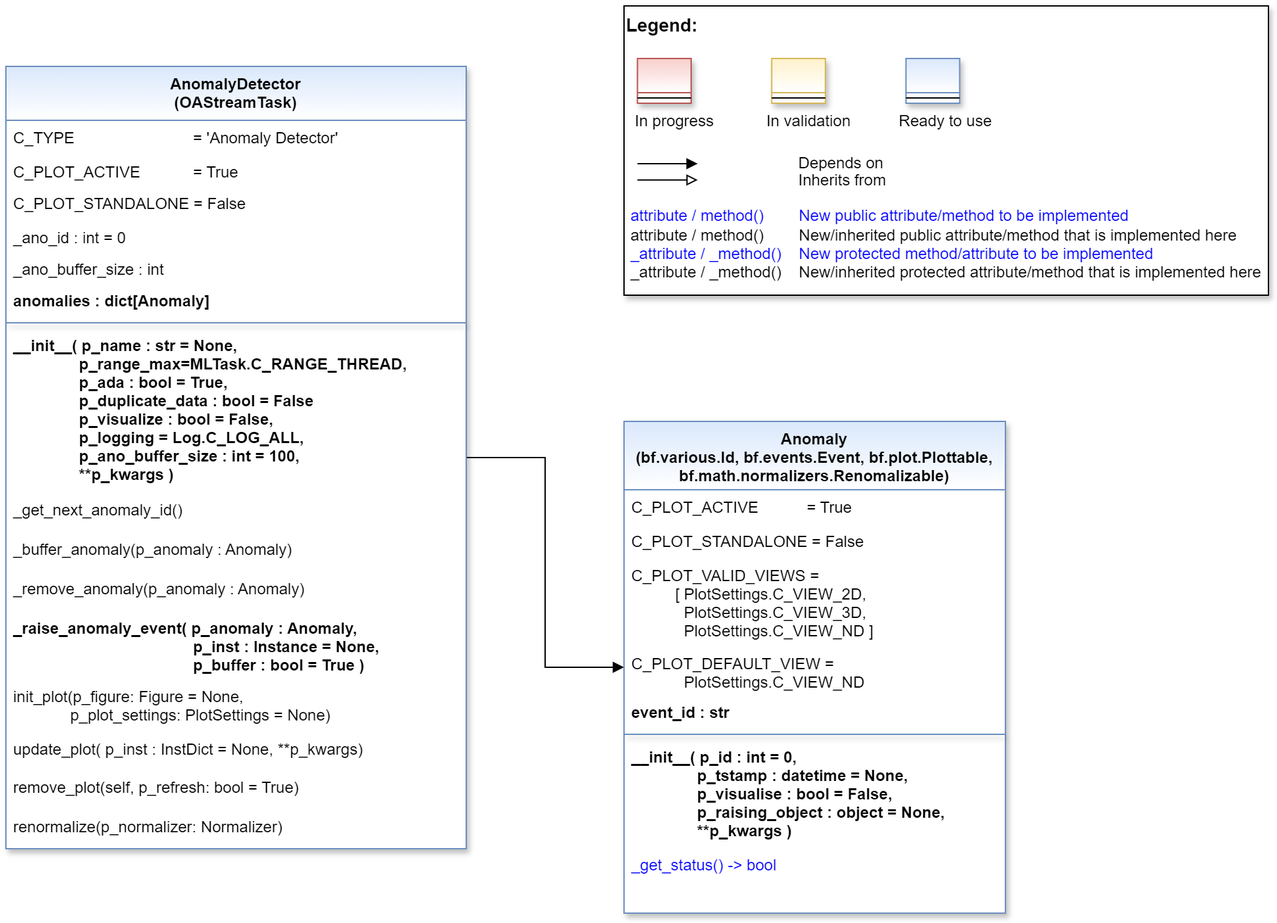
The draw.io diagram doc/rtd/content/99_appendices/appendix2/sub/mlpro_oa/streams/30_change_detection/10_anomaly_detection/images/MLPro-OA-Anomaly-Detectors_class_diagram.drawio.png in fhswf/MLPro, before a commit. Source tidied: cells renumbered, new cells last; positions are measured from the earlier drawing's top-left corner, leaving out a move shared by most shapes.
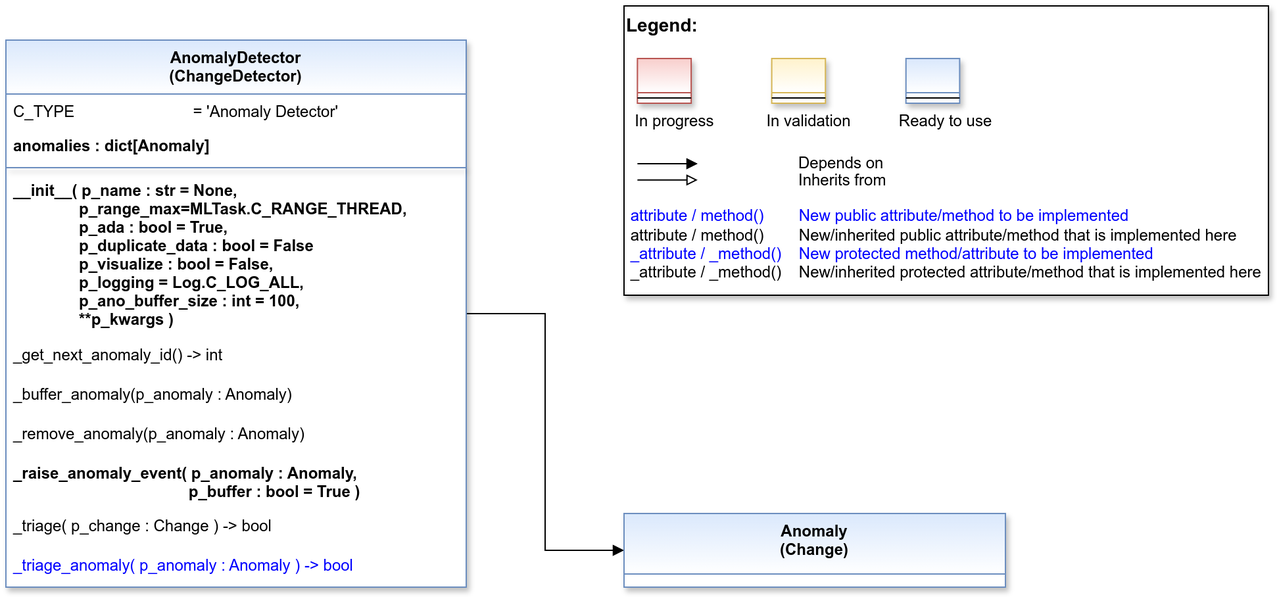
Later version of the same file.

Diff of the diagram source:
```diff
@@ -3,7 +3,7 @@
     <mxCell id="0" />
     <mxCell id="1" parent="0" />
     <mxCell id="2" style="group;" parent="1" vertex="1">
-      <mxGeometry x="470" width="490" height="220" as="geometry" />
+      <mxGeometry x="470" y="-60" width="490" height="220" as="geometry" />
     </mxCell>
     <mxCell id="3" value="&lt;font color=&quot;#000000&quot; size=&quot;1&quot;&gt;&lt;b style=&quot;font-size: 14px&quot;&gt;Legend:&lt;br&gt;&lt;/b&gt;&lt;/font&gt;&lt;br&gt;&lt;br&gt;&lt;br&gt;&lt;font color=&quot;#0000ff&quot; style=&quot;font-size: 6px&quot;&gt;&lt;br&gt;&lt;/font&gt;&lt;span style=&quot;color: rgb(0 , 0 , 0)&quot;&gt;&lt;font style=&quot;font-size: 4px&quot;&gt;&amp;nbsp; &amp;nbsp;&lt;/font&gt;&amp;nbsp;In progress&amp;nbsp; &amp;nbsp; &amp;nbsp; &amp;nbsp; &amp;nbsp; &amp;nbsp; In validation&amp;nbsp; &amp;nbsp; &amp;nbsp; &amp;nbsp; &amp;nbsp; &amp;nbsp;Ready to use&lt;/span&gt;&lt;font color=&quot;#000000&quot;&gt;&amp;nbsp;&lt;br&gt;&lt;/font&gt;&lt;font color=&quot;#0000ff&quot;&gt;&lt;br&gt;&lt;br&gt;&lt;br&gt;&lt;br&gt;&amp;nbsp;attribute / method()&amp;nbsp; &amp;nbsp; &amp;nbsp; &amp;nbsp; New public attribute/method to be implemented&lt;/font&gt;&lt;br&gt;&lt;font color=&quot;#000000&quot;&gt;&amp;nbsp;&lt;/font&gt;&lt;font color=&quot;#000000&quot;&gt;attribute / method()&lt;span&gt; &lt;/span&gt;&amp;nbsp; &amp;nbsp; &amp;nbsp; &amp;nbsp;New/inherited public attribute/method that is implemented here&lt;br&gt;&lt;/font&gt;&lt;font color=&quot;#0000ff&quot;&gt;&amp;nbsp;_attribute /&amp;nbsp;&lt;/font&gt;&lt;font color=&quot;#0000ff&quot;&gt;_method()&amp;nbsp; &amp;nbsp; New protected method/attribute to be implemented&lt;/font&gt;&lt;br&gt;&lt;font color=&quot;#000000&quot;&gt;&amp;nbsp;_attribute / _method()&amp;nbsp; &amp;nbsp; New/inherited protected attribute/method that is implemented here&lt;br&gt;&lt;/font&gt;&lt;font color=&quot;#000000&quot;&gt;&lt;br&gt;&lt;br&gt;&lt;br&gt;&lt;br&gt;&lt;br&gt;&lt;/font&gt;" style="text;html=1;align=left;verticalAlign=top;whiteSpace=wrap;rounded=0;fontColor=#006600;strokeColor=#000000;shadow=1;fillColor=#ffffff;" parent="2" vertex="1">
       <mxGeometry width="490" height="220" as="geometry" />
@@ -43,86 +43,44 @@
     <mxCell id="11" style="line;html=1;strokeWidth=1;align=left;verticalAlign=middle;spacingTop=-1;spacingLeft=3;spacingRight=3;labelPosition=right;" parent="10" vertex="1">
       <mxGeometry y="26" width="40.8" height="8" as="geometry" />
     </mxCell>
-    <mxCell id="12" style="edgeStyle=orthogonalEdgeStyle;rounded=0;jettySize=auto;html=1;endArrow=block;endFill=1;" parent="1" edge="1" source="13" target="30">
+    <mxCell id="12" style="edgeStyle=orthogonalEdgeStyle;rounded=0;jettySize=auto;html=1;endArrow=block;endFill=1;" parent="1" edge="1" source="13" target="24">
       <mxGeometry relative="1" as="geometry" />
     </mxCell>
-    <mxCell id="13" value="AnomalyDetector&#10;(OAStreamTask)" style="swimlane;align=center;verticalAlign=top;horizontal=1;startSize=41;rounded=0;shadow=1;strokeWidth=1;fillColor=#dae8fc;strokeColor=#6c8ebf;swimlaneFillColor=#ffffff;gradientColor=#FFFFFF;" parent="1" vertex="1">
-      <mxGeometry y="46" width="350" height="595" as="geometry" />
+    <mxCell id="13" value="AnomalyDetector&#10;(ChangeDetector)" style="swimlane;align=center;verticalAlign=top;horizontal=1;startSize=41;rounded=0;shadow=1;strokeWidth=1;fillColor=#dae8fc;strokeColor=#6c8ebf;swimlaneFillColor=#ffffff;gradientColor=#FFFFFF;" parent="1" vertex="1">
+      <mxGeometry y="-34" width="350" height="416" as="geometry" />
     </mxCell>
     <mxCell id="14" value="C_TYPE                           = 'Anomaly Detector'" style="text;align=left;verticalAlign=top;spacingLeft=4;spacingRight=4;overflow=hidden;fontStyle=0;fontColor=default;" parent="13" vertex="1">
       <mxGeometry y="41" width="350" height="26" as="geometry" />
     </mxCell>
-    <mxCell id="15" value="C_PLOT_ACTIVE&amp;nbsp; &amp;nbsp; &amp;nbsp; &amp;nbsp; &amp;nbsp;&lt;span style=&quot;white-space: pre;&quot;&gt;&#9;&lt;/span&gt;&amp;nbsp;= True" style="text;align=left;verticalAlign=top;spacingLeft=4;spacingRight=4;overflow=hidden;html=1;" parent="13" vertex="1">
-      <mxGeometry y="67" width="350" height="24" as="geometry" />
+    <mxCell id="15" value="anomalies : dict[Anomaly]" style="text;align=left;verticalAlign=top;spacingLeft=4;spacingRight=4;overflow=hidden;fontStyle=1;" parent="13" vertex="1">
+      <mxGeometry y="67" width="350" height="26" as="geometry" />
     </mxCell>
-    <mxCell id="16" value="C_PLOT_STANDALONE = False" style="text;align=left;verticalAlign=top;spacingLeft=4;spacingRight=4;overflow=hidden;" parent="13" vertex="1">
-      <mxGeometry y="91" width="350" height="26" as="geometry" />
+    <mxCell id="16" style="line;html=1;strokeWidth=1;align=center;verticalAlign=top;spacingTop=-1;spacingLeft=3;spacingRight=3;labelPosition=right;rounded=0;shadow=1;strokeColor=#6c8ebf;swimlaneFillColor=#ffffff;fontFamily=Helvetica;fontSize=12;fontColor=default;fontStyle=3;fillColor=#dae8fc;gradientColor=#ffffff;" parent="13" vertex="1">
+      <mxGeometry y="93" width="350" height="8" as="geometry" />
     </mxCell>
-    <mxCell id="17" value="_ano_id : int = 0" style="text;align=left;verticalAlign=top;spacingLeft=4;spacingRight=4;overflow=hidden;" parent="13" vertex="1">
-      <mxGeometry y="117" width="350" height="24" as="geometry" />
+    <mxCell id="17" value="__init__( p_name : str = None,&#10;               p_range_max=MLTask.C_RANGE_THREAD,&#10;               p_ada : bool = True,&#10;               p_duplicate_data : bool = False&#10;               p_visualize : bool = False,&#10;               p_logging = Log.C_LOG_ALL,&#10;               p_ano_buffer_size : int = 100,&#10;               **p_kwargs )" style="text;align=left;verticalAlign=top;spacingLeft=4;spacingRight=4;overflow=hidden;fontStyle=1;" parent="13" vertex="1">
+      <mxGeometry y="101" width="350" height="125" as="geometry" />
     </mxCell>
-    <mxCell id="18" value="_ano_buffer_size : int" style="text;align=left;verticalAlign=top;spacingLeft=4;spacingRight=4;overflow=hidden;" parent="13" vertex="1">
-      <mxGeometry y="141" width="350" height="24" as="geometry" />
+    <mxCell id="18" value="_get_next_anomaly_id() -&gt; int" style="text;align=left;verticalAlign=top;spacingLeft=4;spacingRight=4;overflow=hidden;shadow=1;" parent="13" vertex="1">
+      <mxGeometry y="226" width="350" height="30" as="geometry" />
     </mxCell>
-    <mxCell id="19" value="anomalies : dict[Anomaly]" style="text;align=left;verticalAlign=top;spacingLeft=4;spacingRight=4;overflow=hidden;fontStyle=1;" parent="13" vertex="1">
-      <mxGeometry y="165" width="350" height="26" as="geometry" />
+    <mxCell id="19" value="_buffer_anomaly(p_anomaly : Anomaly)" style="text;align=left;verticalAlign=top;spacingLeft=4;spacingRight=4;overflow=hidden;shadow=1;" parent="13" vertex="1">
+      <mxGeometry y="256" width="350" height="30" as="geometry" />
     </mxCell>
-    <mxCell id="20" style="line;html=1;strokeWidth=1;align=center;verticalAlign=top;spacingTop=-1;spacingLeft=3;spacingRight=3;labelPosition=right;rounded=0;shadow=1;strokeColor=#6c8ebf;swimlaneFillColor=#ffffff;fontFamily=Helvetica;fontSize=12;fontColor=default;fontStyle=3;fillColor=#dae8fc;gradientColor=#ffffff;" parent="13" vertex="1">
-      <mxGeometry y="191" width="350" height="8" as="geometry" />
+    <mxCell id="20" value="_remove_anomaly(p_anomaly : Anomaly)" style="text;align=left;verticalAlign=top;spacingLeft=4;spacingRight=4;overflow=hidden;shadow=1;" parent="13" vertex="1">
+      <mxGeometry y="286" width="350" height="30" as="geometry" />
     </mxCell>
-    <mxCell id="21" value="__init__( p_name : str = None,&#10;               p_range_max=MLTask.C_RANGE_THREAD,&#10;               p_ada : bool = True,&#10;               p_duplicate_data : bool = False&#10;               p_visualize : bool = False,&#10;               p_logging = Log.C_LOG_ALL,&#10;               p_ano_buffer_size : int = 100,&#10;               **p_kwargs )" style="text;align=left;verticalAlign=top;spacingLeft=4;spacingRight=4;overflow=hidden;fontStyle=1;" parent="13" vertex="1">
-      <mxGeometry y="199" width="350" height="125" as="geometry" />
+    <mxCell id="21" value="_raise_anomaly_event( p_anomaly : Anomaly, &#10;                                        p_buffer : bool = True )" style="text;align=left;verticalAlign=top;spacingLeft=4;spacingRight=4;overflow=hidden;shadow=1;fontStyle=1;" parent="13" vertex="1">
+      <mxGeometry y="316" width="350" height="40" as="geometry" />
     </mxCell>
-    <mxCell id="22" value="_get_next_anomaly_id()" style="text;align=left;verticalAlign=top;spacingLeft=4;spacingRight=4;overflow=hidden;shadow=1;" parent="13" vertex="1">
-      <mxGeometry y="324" width="350" height="30" as="geometry" />
+    <mxCell id="22" value="_triage( p_change : Change ) -&gt; bool" style="text;align=left;verticalAlign=top;spacingLeft=4;spacingRight=4;overflow=hidden;shadow=1;" parent="13" vertex="1">
+      <mxGeometry y="356" width="350" height="30" as="geometry" />
     </mxCell>
-    <mxCell id="23" value="_buffer_anomaly(p_anomaly : Anomaly)" style="text;align=left;verticalAlign=top;spacingLeft=4;spacingRight=4;overflow=hidden;shadow=1;" parent="13" vertex="1">
-      <mxGeometry y="354" width="350" height="30" as="geometry" />
+    <mxCell id="23" value="_triage_anomaly( p_anomaly : Anomaly ) -&gt; bool" style="text;align=left;verticalAlign=top;spacingLeft=4;spacingRight=4;overflow=hidden;shadow=1;fontColor=#0000FF;" parent="13" vertex="1">
+      <mxGeometry y="386" width="350" height="30" as="geometry" />
     </mxCell>
-    <mxCell id="24" value="_remove_anomaly(p_anomaly : Anomaly)" style="text;align=left;verticalAlign=top;spacingLeft=4;spacingRight=4;overflow=hidden;points=[[0,0.5],[1,0.5]];portConstraint=eastwest;shadow=1;" parent="13" vertex="1">
-      <mxGeometry y="384" width="350" height="30" as="geometry" />
+    <mxCell id="24" value="Anomaly &#10;(Change)" style="swimlane;fontStyle=1;align=center;verticalAlign=top;horizontal=1;startSize=46;rounded=0;shadow=1;strokeWidth=1;fillColor=#dae8fc;strokeColor=#6c8ebf;swimlaneFillColor=#ffffff;fontFamily=Helvetica;fontSize=12;gradientColor=#FFFFFF;" parent="1" vertex="1">
+      <mxGeometry x="470" y="326" width="290" height="56" as="geometry" />
     </mxCell>
-    <mxCell id="25" value="_raise_anomaly_event( p_anomaly : Anomaly, &#10;                                         p_inst : Instance = None,&#10;                                         p_buffer : bool = True )" style="text;align=left;verticalAlign=top;spacingLeft=4;spacingRight=4;overflow=hidden;shadow=1;fontStyle=1;" parent="13" vertex="1">
-      <mxGeometry y="414" width="350" height="52" as="geometry" />
-    </mxCell>
-    <mxCell id="26" value="init_plot(p_figure: Figure = None,&#10;             p_plot_settings: PlotSettings = None)" style="text;align=left;verticalAlign=top;spacingLeft=4;spacingRight=4;overflow=hidden;shadow=1;fontStyle=0;" parent="13" vertex="1">
-      <mxGeometry y="466" width="350" height="40" as="geometry" />
-    </mxCell>
-    <mxCell id="27" value="update_plot( p_inst : InstDict = None, **p_kwargs)" style="text;align=left;verticalAlign=top;spacingLeft=4;spacingRight=4;overflow=hidden;shadow=1;fontStyle=0;" parent="13" vertex="1">
-      <mxGeometry y="506" width="350" height="29" as="geometry" />
-    </mxCell>
-    <mxCell id="28" value="remove_plot(self, p_refresh: bool = True)" style="text;align=left;verticalAlign=top;spacingLeft=4;spacingRight=4;overflow=hidden;shadow=1;fontStyle=0;" parent="13" vertex="1">
-      <mxGeometry y="535" width="350" height="30" as="geometry" />
-    </mxCell>
-    <mxCell id="29" value="renormalize(p_normalizer: Normalizer) " style="text;align=left;verticalAlign=top;spacingLeft=4;spacingRight=4;overflow=hidden;shadow=1;fontStyle=0;" parent="13" vertex="1">
-      <mxGeometry y="565" width="350" height="30" as="geometry" />
-    </mxCell>
-    <mxCell id="30" value="Anomaly &#10;(bf.various.Id, bf.events.Event, bf.plot.Plottable,&#10;bf.math.normalizers.Renomalizable)" style="swimlane;fontStyle=1;align=center;verticalAlign=top;horizontal=1;startSize=52;rounded=0;shadow=1;strokeWidth=1;fillColor=#dae8fc;strokeColor=#6c8ebf;swimlaneFillColor=#ffffff;fontFamily=Helvetica;fontSize=12;gradientColor=#FFFFFF;" parent="1" vertex="1">
-      <mxGeometry x="470" y="316" width="290" height="374" as="geometry" />
-    </mxCell>
-    <mxCell id="31" value="C_PLOT_ACTIVE           = True" style="text;align=left;verticalAlign=top;spacingLeft=4;spacingRight=4;overflow=hidden;" parent="30" vertex="1">
-      <mxGeometry y="52" width="290" height="26" as="geometry" />
-    </mxCell>
-    <mxCell id="32" value="C_PLOT_STANDALONE = False" style="text;align=left;verticalAlign=top;spacingLeft=4;spacingRight=4;overflow=hidden;" parent="30" vertex="1">
-      <mxGeometry y="78" width="290" height="26" as="geometry" />
-    </mxCell>
-    <mxCell id="33" value="C_PLOT_VALID_VIEWS = &#10;          [ PlotSettings.C_VIEW_2D, &#10;            PlotSettings.C_VIEW_3D, &#10;            PlotSettings.C_VIEW_ND ]" style="text;align=left;verticalAlign=top;spacingLeft=4;spacingRight=4;overflow=hidden;" parent="30" vertex="1">
-      <mxGeometry y="104" width="290" height="67" as="geometry" />
-    </mxCell>
-    <mxCell id="34" value="C_PLOT_DEFAULT_VIEW = &#10;            PlotSettings.C_VIEW_ND" style="text;align=left;verticalAlign=top;spacingLeft=4;spacingRight=4;overflow=hidden;" parent="30" vertex="1">
-      <mxGeometry y="171" width="290" height="37" as="geometry" />
-    </mxCell>
-    <mxCell id="35" value="event_id : str" style="text;align=left;verticalAlign=top;spacingLeft=4;spacingRight=4;overflow=hidden;fontStyle=1;" parent="30" vertex="1">
-      <mxGeometry y="208" width="290" height="26" as="geometry" />
-    </mxCell>
-    <mxCell id="36" style="line;html=1;strokeWidth=1;align=center;verticalAlign=top;spacingTop=-1;spacingLeft=3;spacingRight=3;labelPosition=right;rounded=0;shadow=1;strokeColor=#6c8ebf;swimlaneFillColor=#ffffff;fontFamily=Helvetica;fontSize=12;fontColor=default;fontStyle=1;fillColor=#dae8fc;gradientColor=#ffffff;" parent="30" vertex="1">
-      <mxGeometry y="234" width="290" height="8" as="geometry" />
-    </mxCell>
-    <mxCell id="37" value="__init__( p_id : int = 0,&#10;               p_tstamp : datetime = None,&#10;               p_visualise : bool = False,&#10;               p_raising_object : object = None,&#10;               **p_kwargs )" style="text;align=left;verticalAlign=top;spacingLeft=4;spacingRight=4;overflow=hidden;fontStyle=1;" parent="30" vertex="1">
-      <mxGeometry y="242" width="290" height="82" as="geometry" />
-    </mxCell>
-    <mxCell id="38" value="_get_status() -&gt; bool" style="text;align=left;verticalAlign=top;spacingLeft=4;spacingRight=4;overflow=hidden;fontColor=#0000FF;" parent="30" vertex="1">
-      <mxGeometry y="324" width="290" height="20" as="geometry" />
-    </mxCell>
   </root>
 </mxGraphModel>
```
